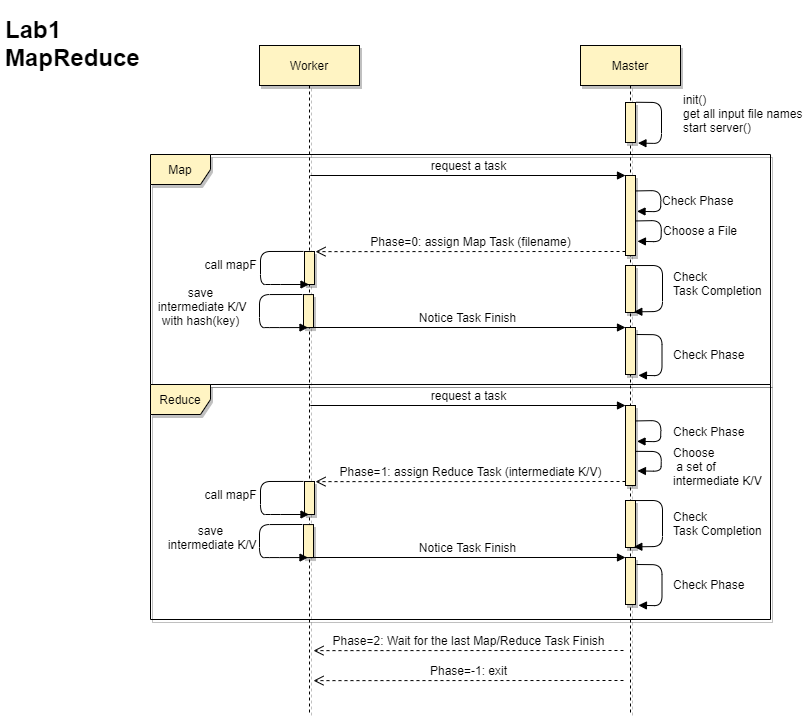
Before: src/mr/img/seq.png, a diagram exported from draw.io (ricemaster/6.824-mit-2020). Source tidied: cells renumbered, new cells last; positions are measured from the earlier drawing's top-left corner, leaving out a move shared by most shapes. Source of this version:
```xml
<mxGraphModel>
  <root>
    <mxCell id="0" />
    <mxCell id="1" parent="0" />
    <mxCell id="2" value="&lt;font style=&quot;font-size: 10px&quot;&gt;Map&lt;br&gt;&lt;/font&gt;" style="shape=umlFrame;whiteSpace=wrap;html=1;shadow=1;fillColor=#FFF4C3;" parent="1" vertex="1">
      <mxGeometry x="150" y="144" width="620" height="230" as="geometry" />
    </mxCell>
    <mxCell id="3" value="Reduce" style="shape=umlFrame;whiteSpace=wrap;html=1;shadow=1;fillColor=#FFF4C3;" parent="1" vertex="1">
      <mxGeometry x="150" y="374" width="620" height="235" as="geometry" />
    </mxCell>
    <mxCell id="4" value="Worker" style="shape=umlLifeline;perimeter=lifelinePerimeter;whiteSpace=wrap;html=1;shadow=1;fillColor=#FFF4C3;" parent="1" vertex="1">
      <mxGeometry x="259" y="35" width="100" height="670" as="geometry" />
    </mxCell>
    <mxCell id="5" style="html=1;points=[];perimeter=orthogonalPerimeter;shadow=1;fillColor=#FFF4C3;" parent="4" vertex="1">
      <mxGeometry x="45" y="206" width="10" height="33" as="geometry" />
    </mxCell>
    <mxCell id="6" value="call mapF" style="html=1;verticalAlign=bottom;endArrow=block;exitX=-0.107;exitY=-0.002;exitDx=0;exitDy=0;exitPerimeter=0;" parent="4" edge="1" source="5">
      <mxGeometry x="0.22" y="32" relative="1" as="geometry">
        <mxPoint x="49.5" y="239" as="targetPoint" />
        <Array as="points">
          <mxPoint x="1" y="206" />
          <mxPoint x="1" y="239" />
          <mxPoint x="11" y="239" />
        </Array>
        <mxPoint x="-30" y="22" as="offset" />
      </mxGeometry>
    </mxCell>
    <mxCell id="7" value="Master" style="shape=umlLifeline;perimeter=lifelinePerimeter;whiteSpace=wrap;html=1;shadow=1;fillColor=#FFF4C3;" parent="1" vertex="1">
      <mxGeometry x="580" y="35" width="100" height="670" as="geometry" />
    </mxCell>
    <mxCell id="8" style="html=1;perimeter=orthogonalPerimeter;shadow=1;fillColor=#FFF4C3;" parent="7" vertex="1">
      <mxGeometry x="45" y="57" width="10" height="40" as="geometry" />
    </mxCell>
    <mxCell id="9" value="init()&lt;br&gt;&lt;div&gt;get all input file names&lt;/div&gt;&lt;div&gt;start server()&lt;/div&gt;" style="html=1;verticalAlign=bottom;endArrow=block;exitX=0.95;exitY=-0.006;exitDx=0;exitDy=0;exitPerimeter=0;entryX=1.144;entryY=1.015;entryDx=0;entryDy=0;entryPerimeter=0;align=left;" parent="7" edge="1">
      <mxGeometry x="0.48" y="11" relative="1" as="geometry">
        <mxPoint x="55.5" y="56.8" as="sourcePoint" />
        <mxPoint x="57.4" y="97.6" as="targetPoint" />
        <Array as="points">
          <mxPoint x="81" y="57" />
          <mxPoint x="81" y="98" />
        </Array>
        <mxPoint x="9" y="-5" as="offset" />
      </mxGeometry>
    </mxCell>
    <mxCell id="10" style="html=1;points=[];perimeter=orthogonalPerimeter;shadow=1;fillColor=#FFF4C3;" parent="7" vertex="1">
      <mxGeometry x="45" y="130" width="10" height="80" as="geometry" />
    </mxCell>
    <mxCell id="11" style="html=1;points=[];perimeter=orthogonalPerimeter;shadow=1;fillColor=#FFF4C3;" parent="7" vertex="1">
      <mxGeometry x="45" y="282" width="10" height="47" as="geometry" />
    </mxCell>
    <mxCell id="12" style="html=1;points=[];perimeter=orthogonalPerimeter;shadow=1;fillColor=#FFF4C3;" parent="7" vertex="1">
      <mxGeometry x="45" y="220" width="10" height="47" as="geometry" />
    </mxCell>
    <mxCell id="13" value="Check&amp;nbsp;&lt;br&gt;Task Completion" style="html=1;verticalAlign=bottom;endArrow=block;exitX=0.958;exitY=0.001;exitDx=0;exitDy=0;exitPerimeter=0;entryX=0.833;entryY=0.986;entryDx=0;entryDy=0;entryPerimeter=0;align=left;" parent="7" edge="1" source="12" target="12">
      <mxGeometry x="0.22" y="9" relative="1" as="geometry">
        <Array as="points">
          <mxPoint x="82" y="220" />
          <mxPoint x="82" y="266" />
        </Array>
      </mxGeometry>
    </mxCell>
    <mxCell id="14" value="request a task" style="html=1;verticalAlign=bottom;endArrow=block;entryX=0;entryY=0;" parent="1" edge="1" target="10">
      <mxGeometry relative="1" as="geometry">
        <mxPoint x="309.8" y="165" as="sourcePoint" />
      </mxGeometry>
    </mxCell>
    <mxCell id="15" value="Phase=0: assign Map Task (filename)" style="html=1;verticalAlign=bottom;endArrow=open;dashed=1;endSize=8;exitX=0;exitY=0.95;entryX=1.102;entryY=0.004;entryDx=0;entryDy=0;entryPerimeter=0;" parent="1" edge="1" source="10" target="5">
      <mxGeometry relative="1" as="geometry" />
    </mxCell>
    <mxCell id="16" style="html=1;points=[];perimeter=orthogonalPerimeter;shadow=1;fillColor=#FFF4C3;" parent="1" vertex="1">
      <mxGeometry x="303" y="284.1" width="10" height="33" as="geometry" />
    </mxCell>
    <mxCell id="17" value="save&lt;br&gt;&amp;nbsp;intermediate K/V&lt;br&gt;with hash(key)" style="html=1;verticalAlign=bottom;endArrow=block;exitX=-0.107;exitY=-0.002;exitDx=0;exitDy=0;exitPerimeter=0;" parent="1" edge="1" source="16">
      <mxGeometry x="0.22" y="-59" relative="1" as="geometry">
        <mxPoint x="307.5" y="317.1" as="targetPoint" />
        <Array as="points">
          <mxPoint x="259" y="284.1" />
          <mxPoint x="259" y="317.1" />
          <mxPoint x="269" y="317.1" />
        </Array>
        <mxPoint x="-59" y="-56" as="offset" />
      </mxGeometry>
    </mxCell>
    <mxCell id="18" value="Notice Task Finish" style="html=1;verticalAlign=bottom;endArrow=block;entryX=0;entryY=0;" parent="1" edge="1" target="11">
      <mxGeometry relative="1" as="geometry">
        <mxPoint x="308.8" y="317" as="sourcePoint" />
      </mxGeometry>
    </mxCell>
    <mxCell id="19" value="Check Phase" style="html=1;verticalAlign=bottom;endArrow=block;exitX=0.95;exitY=-0.006;exitDx=0;exitDy=0;exitPerimeter=0;entryX=1.144;entryY=1.015;entryDx=0;entryDy=0;entryPerimeter=0;align=left;" parent="1" edge="1">
      <mxGeometry x="0.23" y="9" relative="1" as="geometry">
        <mxPoint x="636" y="324" as="sourcePoint" />
        <mxPoint x="637.9" y="364.8" as="targetPoint" />
        <Array as="points">
          <mxPoint x="661.5" y="324.2" />
          <mxPoint x="661.5" y="365.2" />
        </Array>
      </mxGeometry>
    </mxCell>
    <mxCell id="20" style="html=1;points=[];perimeter=orthogonalPerimeter;shadow=1;fillColor=#FFF4C3;" parent="1" vertex="1">
      <mxGeometry x="304" y="471" width="10" height="33" as="geometry" />
    </mxCell>
    <mxCell id="21" value="call mapF" style="html=1;verticalAlign=bottom;endArrow=block;exitX=-0.107;exitY=-0.002;exitDx=0;exitDy=0;exitPerimeter=0;" parent="1" edge="1" source="20">
      <mxGeometry x="0.22" y="32" relative="1" as="geometry">
        <mxPoint x="308.5" y="504" as="targetPoint" />
        <Array as="points">
          <mxPoint x="260" y="471" />
          <mxPoint x="260" y="504" />
          <mxPoint x="270" y="504" />
        </Array>
        <mxPoint x="-30" y="22" as="offset" />
      </mxGeometry>
    </mxCell>
    <mxCell id="22" style="html=1;points=[];perimeter=orthogonalPerimeter;shadow=1;fillColor=#FFF4C3;" parent="1" vertex="1">
      <mxGeometry x="625" y="395" width="10" height="80" as="geometry" />
    </mxCell>
    <mxCell id="23" style="html=1;points=[];perimeter=orthogonalPerimeter;shadow=1;fillColor=#FFF4C3;" parent="1" vertex="1">
      <mxGeometry x="625" y="547" width="10" height="47" as="geometry" />
    </mxCell>
    <mxCell id="24" value="request a task" style="html=1;verticalAlign=bottom;endArrow=block;entryX=0;entryY=0;" parent="1" edge="1" target="22">
      <mxGeometry relative="1" as="geometry">
        <mxPoint x="309.8" y="395" as="sourcePoint" />
      </mxGeometry>
    </mxCell>
    <mxCell id="25" value="Phase=1:&amp;nbsp;assign Reduce Task (intermediate K/V)" style="html=1;verticalAlign=bottom;endArrow=open;dashed=1;endSize=8;exitX=0;exitY=0.95;entryX=1.102;entryY=0.004;entryDx=0;entryDy=0;entryPerimeter=0;" parent="1" edge="1" source="22" target="20">
      <mxGeometry relative="1" as="geometry" />
    </mxCell>
    <mxCell id="26" style="html=1;points=[];perimeter=orthogonalPerimeter;shadow=1;fillColor=#FFF4C3;" parent="1" vertex="1">
      <mxGeometry x="303" y="514.1" width="10" height="33" as="geometry" />
    </mxCell>
    <mxCell id="27" value="save&lt;br&gt;&amp;nbsp;intermediate K/V" style="html=1;verticalAlign=bottom;endArrow=block;exitX=-0.107;exitY=-0.002;exitDx=0;exitDy=0;exitPerimeter=0;" parent="1" edge="1" source="26">
      <mxGeometry x="0.22" y="49" relative="1" as="geometry">
        <mxPoint x="307.5" y="547.1" as="targetPoint" />
        <Array as="points">
          <mxPoint x="259" y="514.1" />
          <mxPoint x="259" y="547.1" />
          <mxPoint x="269" y="547.1" />
        </Array>
        <mxPoint x="-49" y="46" as="offset" />
      </mxGeometry>
    </mxCell>
    <mxCell id="28" value="Notice Task Finish" style="html=1;verticalAlign=bottom;endArrow=block;entryX=0;entryY=0;" parent="1" edge="1" target="23">
      <mxGeometry relative="1" as="geometry">
        <mxPoint x="308.8" y="547" as="sourcePoint" />
      </mxGeometry>
    </mxCell>
    <mxCell id="29" value="Check Phase" style="html=1;verticalAlign=bottom;endArrow=block;exitX=0.95;exitY=-0.006;exitDx=0;exitDy=0;exitPerimeter=0;entryX=1.144;entryY=1.015;entryDx=0;entryDy=0;entryPerimeter=0;align=left;" parent="1" edge="1">
      <mxGeometry x="0.23" y="9" relative="1" as="geometry">
        <mxPoint x="636" y="554" as="sourcePoint" />
        <mxPoint x="637.9" y="594.8" as="targetPoint" />
        <Array as="points">
          <mxPoint x="661.5" y="554.2" />
          <mxPoint x="661.5" y="595.2" />
        </Array>
      </mxGeometry>
    </mxCell>
    <mxCell id="30" value="Choose a File" style="html=1;verticalAlign=bottom;endArrow=block;exitX=1.043;exitY=0.568;exitDx=0;exitDy=0;exitPerimeter=0;entryX=1.144;entryY=1.015;entryDx=0;entryDy=0;entryPerimeter=0;align=left;" parent="1" edge="1" source="10">
      <mxGeometry x="0.31" relative="1" as="geometry">
        <mxPoint x="636.9" y="230.8" as="targetPoint" />
        <Array as="points">
          <mxPoint x="661" y="210" />
          <mxPoint x="660.5" y="231.2" />
        </Array>
      </mxGeometry>
    </mxCell>
    <mxCell id="31" value="Choose&lt;br&gt;&amp;nbsp;a set of&lt;br&gt;intermediate K/V" style="html=1;verticalAlign=bottom;endArrow=block;exitX=0.967;exitY=0.573;exitDx=0;exitDy=0;exitPerimeter=0;entryX=1.144;entryY=1.015;entryDx=0;entryDy=0;entryPerimeter=0;align=left;" parent="1" edge="1" source="22">
      <mxGeometry x="0.32" y="22" relative="1" as="geometry">
        <mxPoint x="636.9" y="460.4" as="targetPoint" />
        <Array as="points">
          <mxPoint x="661" y="441" />
          <mxPoint x="660.5" y="460.8" />
        </Array>
        <mxPoint x="11" y="-3" as="offset" />
      </mxGeometry>
    </mxCell>
    <mxCell id="32" value="&lt;h1&gt;Lab1 MapReduce&lt;/h1&gt;" style="text;html=1;strokeColor=none;fillColor=none;spacing=5;spacingTop=-20;whiteSpace=wrap;overflow=hidden;rounded=0;shadow=1;" parent="1" vertex="1">
      <mxGeometry width="190" height="120" as="geometry" />
    </mxCell>
    <mxCell id="33" value="Check Phase" style="html=1;verticalAlign=bottom;endArrow=block;exitX=1.043;exitY=0.568;exitDx=0;exitDy=0;exitPerimeter=0;entryX=1.144;entryY=1.015;entryDx=0;entryDy=0;entryPerimeter=0;align=left;" parent="1" edge="1">
      <mxGeometry x="0.31" relative="1" as="geometry">
        <mxPoint x="635" y="180.4" as="sourcePoint" />
        <mxPoint x="636.5" y="200.8" as="targetPoint" />
        <Array as="points">
          <mxPoint x="660.6" y="180" />
          <mxPoint x="660.1" y="201.2" />
        </Array>
      </mxGeometry>
    </mxCell>
    <mxCell id="34" value="Phase=2: Wait for the last Map/Reduce Task Finish" style="html=1;verticalAlign=bottom;endArrow=open;dashed=1;endSize=8;exitX=0;exitY=0.95;entryX=1.102;entryY=0.004;entryDx=0;entryDy=0;entryPerimeter=0;" parent="1" edge="1">
      <mxGeometry relative="1" as="geometry">
        <mxPoint x="623" y="640" as="sourcePoint" />
        <mxPoint x="313" y="640.1" as="targetPoint" />
      </mxGeometry>
    </mxCell>
    <mxCell id="35" value="Phase=-1:&amp;nbsp;exit" style="html=1;verticalAlign=bottom;endArrow=open;dashed=1;endSize=8;exitX=0;exitY=0.95;entryX=1.102;entryY=0.004;entryDx=0;entryDy=0;entryPerimeter=0;" parent="1" edge="1">
      <mxGeometry relative="1" as="geometry">
        <mxPoint x="623" y="670" as="sourcePoint" />
        <mxPoint x="313" y="670.1" as="targetPoint" />
      </mxGeometry>
    </mxCell>
    <mxCell id="36" value="Check Phase" style="html=1;verticalAlign=bottom;endArrow=block;exitX=1.043;exitY=0.568;exitDx=0;exitDy=0;exitPerimeter=0;entryX=1.144;entryY=1.015;entryDx=0;entryDy=0;entryPerimeter=0;align=left;" parent="1" edge="1">
      <mxGeometry x="0.33" y="-11" relative="1" as="geometry">
        <mxPoint x="635" y="410.4" as="sourcePoint" />
        <mxPoint x="636.5" y="430.8" as="targetPoint" />
        <Array as="points">
          <mxPoint x="660.6" y="410" />
          <mxPoint x="660.1" y="431.2" />
        </Array>
        <mxPoint x="11" y="11" as="offset" />
      </mxGeometry>
    </mxCell>
    <mxCell id="37" style="html=1;points=[];perimeter=orthogonalPerimeter;shadow=1;fillColor=#FFF4C3;" parent="1" vertex="1">
      <mxGeometry x="625" y="490" width="10" height="47" as="geometry" />
    </mxCell>
    <mxCell id="38" value="Check&amp;nbsp;&lt;br&gt;Task Completion" style="html=1;verticalAlign=bottom;endArrow=block;exitX=0.958;exitY=0.001;exitDx=0;exitDy=0;exitPerimeter=0;entryX=0.833;entryY=0.986;entryDx=0;entryDy=0;entryPerimeter=0;align=left;" parent="1" edge="1" source="37" target="37">
      <mxGeometry x="0.32" y="9" relative="1" as="geometry">
        <Array as="points">
          <mxPoint x="662" y="490" />
          <mxPoint x="662" y="536" />
        </Array>
      </mxGeometry>
    </mxCell>
  </root>
</mxGraphModel>
```
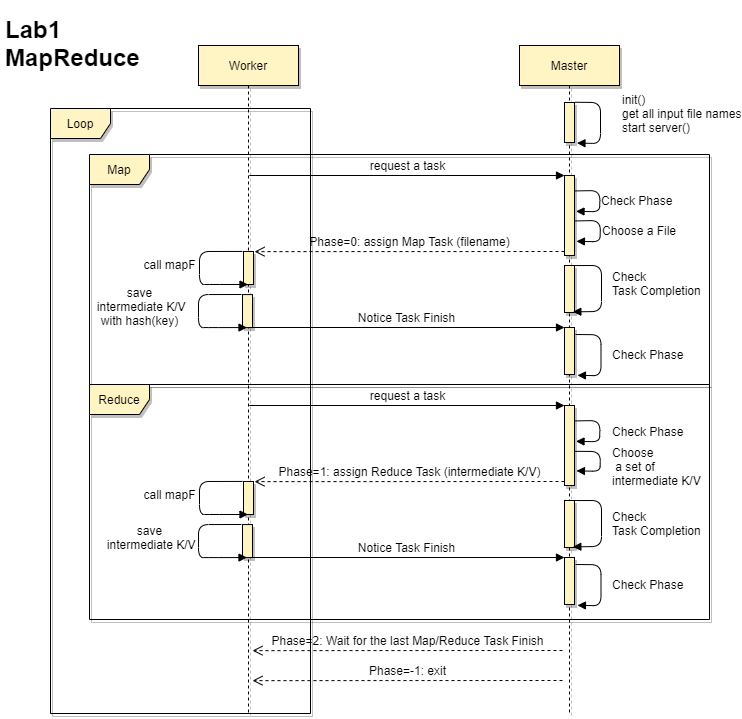
Above is the later version.

The edit, as a diff of the source:
```diff
@@ -173,7 +173,7 @@
       </mxGeometry>
     </mxCell>
     <mxCell id="32" value="&lt;h1&gt;Lab1 MapReduce&lt;/h1&gt;" style="text;html=1;strokeColor=none;fillColor=none;spacing=5;spacingTop=-20;whiteSpace=wrap;overflow=hidden;rounded=0;shadow=1;" parent="1" vertex="1">
-      <mxGeometry width="190" height="120" as="geometry" />
+      <mxGeometry x="61" width="190" height="120" as="geometry" />
     </mxCell>
     <mxCell id="33" value="Check Phase" style="html=1;verticalAlign=bottom;endArrow=block;exitX=1.043;exitY=0.568;exitDx=0;exitDy=0;exitPerimeter=0;entryX=1.144;entryY=1.015;entryDx=0;entryDy=0;entryPerimeter=0;align=left;" parent="1" edge="1">
       <mxGeometry x="0.31" relative="1" as="geometry">
@@ -219,5 +219,8 @@
         </Array>
       </mxGeometry>
     </mxCell>
+    <mxCell id="39" value="Loop" style="shape=umlFrame;whiteSpace=wrap;html=1;shadow=1;fillColor=#FFF4C3;" parent="1" vertex="1">
+      <mxGeometry x="111" y="98" width="260" height="605" as="geometry" />
+    </mxCell>
   </root>
 </mxGraphModel>
```
